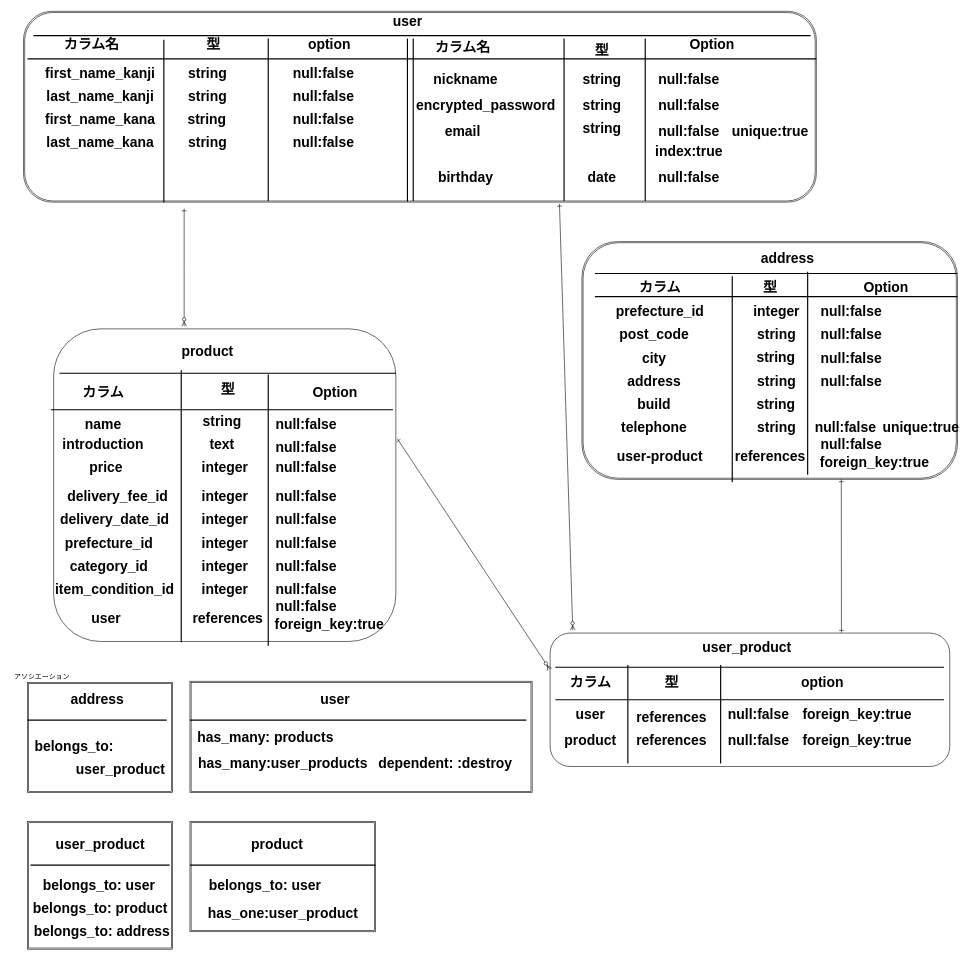
Earlier version of the draw.io diagram test.dio (Kaneko-Yukihiro0117/furima-32413). Source tidied: cells renumbered, new cells numbered last; positions are measured from the earlier drawing's top-left corner, leaving out a move shared by most shapes. Both pictures are drawn from the tidied source at 58%, with x=0, y=0 at pixel (10, 10).
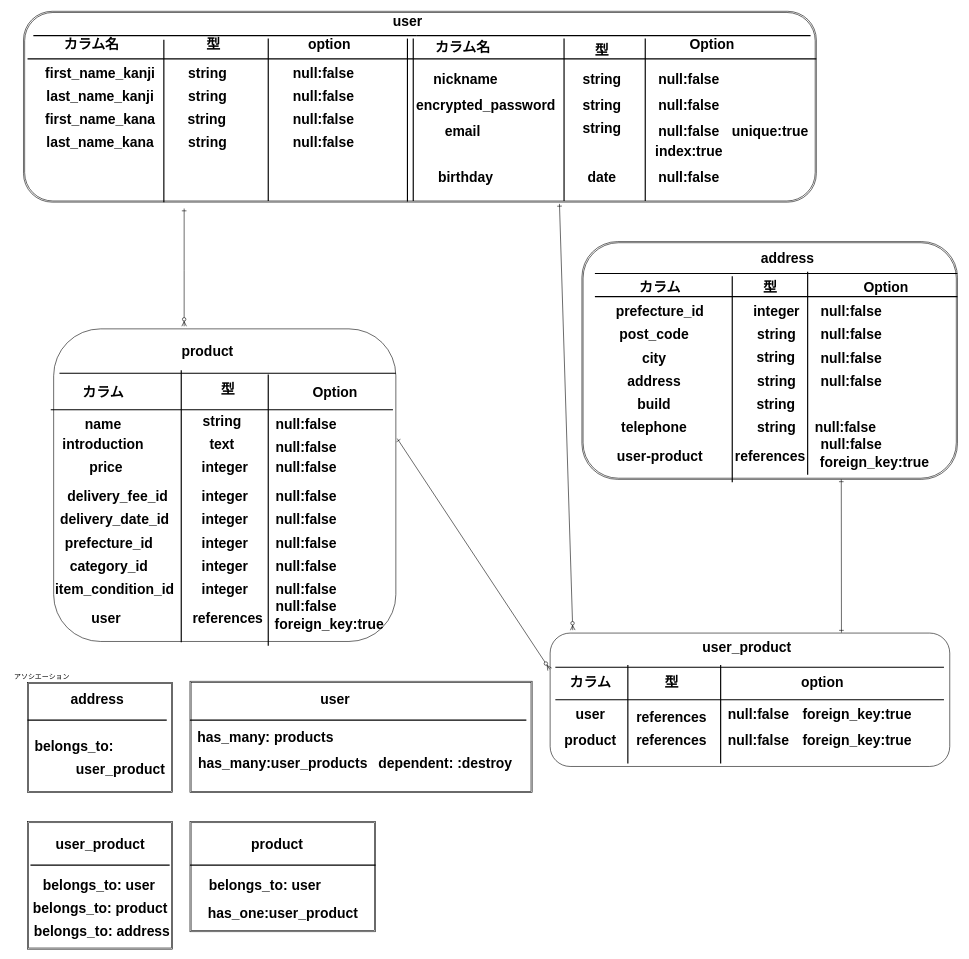
Above is the later version.

Commit message (it also covers changes not shown here):
DB設計の修正７のER図の訂正

Change to the diagram source:
```diff
@@
-    <mxCell id="61" value="unique:true" style="text;strokeColor=none;fillColor=none;html=1;fontSize=24;fontStyle=1;verticalAlign=middle;align=center;" parent="1" vertex="1">
-      <mxGeometry x="1520" y="699" width="100" height="40" as="geometry" />
-    </mxCell>
```
